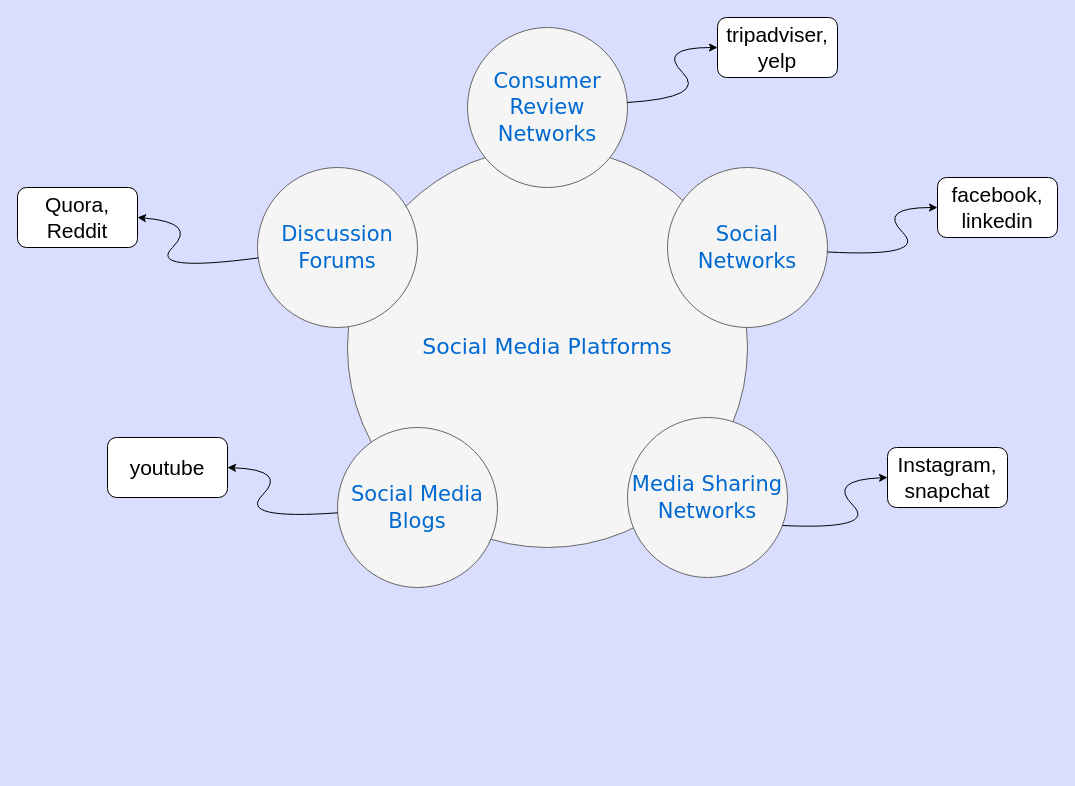
Above: page "Social Network Platforms" (2 of 7) of Session 1.drawio in raminux/diagrams (draw.io), before the change. Source tidied: cells renumbered, new cells numbered last; positions are measured from the earlier drawing's top-left corner, leaving out a move shared by most shapes. Both pictures are drawn from the tidied source at 100%, with x=0, y=0 at pixel (17, 17).
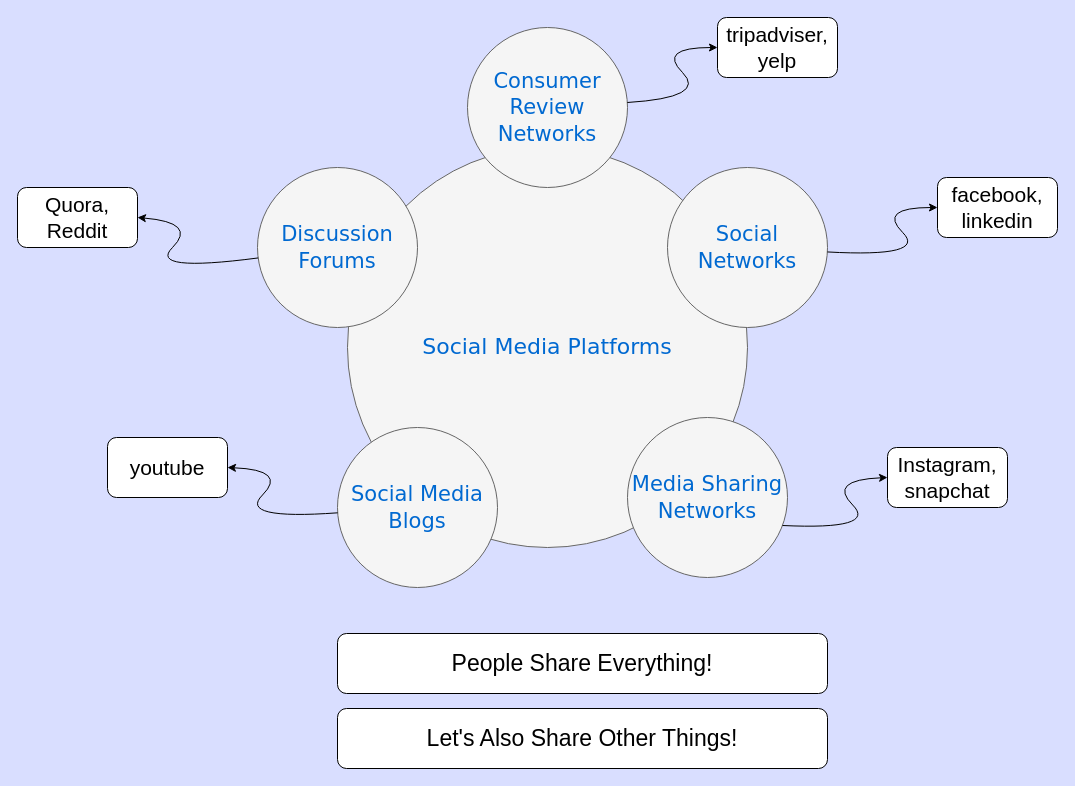
The same page after the edit.

Diff of the diagram source:
```diff
@@
+    <mxCell id="18" value="People Share Everything!" style="rounded=1;whiteSpace=wrap;html=1;fontSize=23;" parent="1" vertex="1">
+      <mxGeometry x="320" y="616" width="490" height="60" as="geometry" />
+    </mxCell>
+    <mxCell id="19" value="Let's Also Share Other Things!" style="rounded=1;whiteSpace=wrap;html=1;fontSize=23;" parent="1" vertex="1">
+      <mxGeometry x="320" y="691" width="490" height="60" as="geometry" />
+    </mxCell>
```
